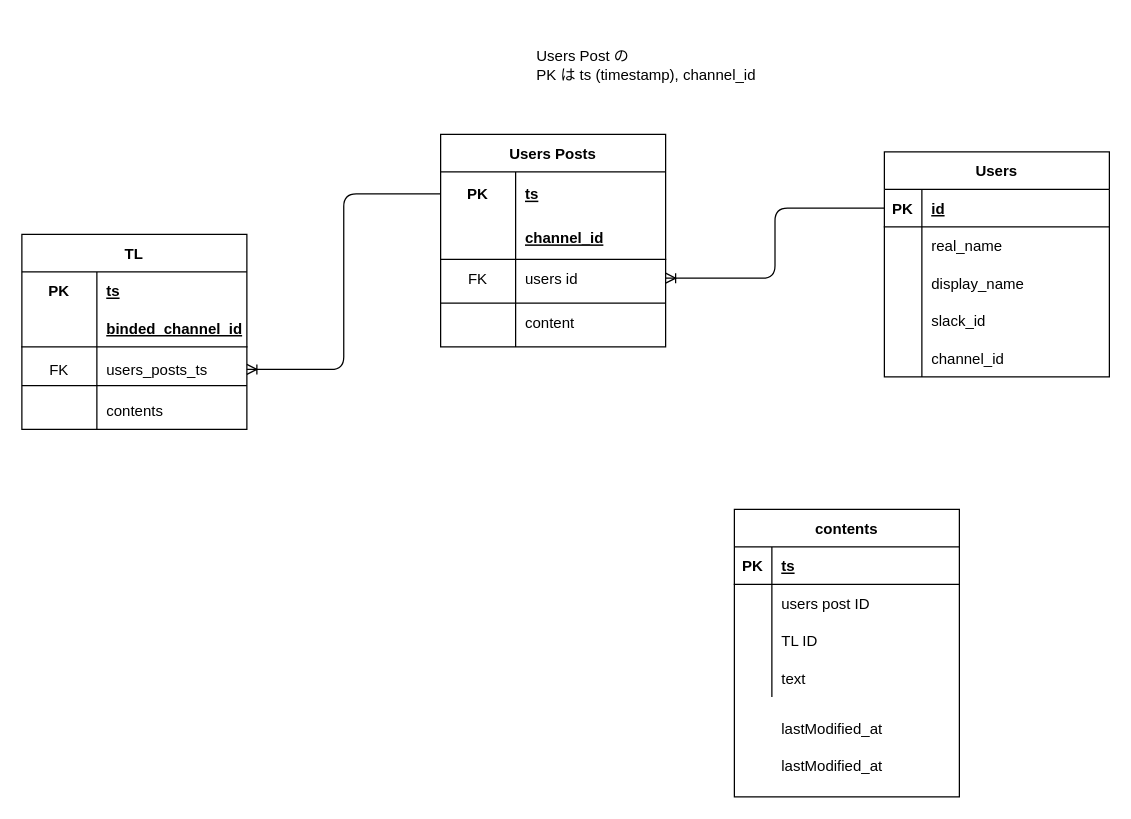
Above: docs/db/er.drawio in 75asa/time-liner (draw.io), before the change. Source tidied: cells renumbered, new cells numbered last; positions are measured from the earlier drawing's top-left corner, leaving out a move shared by most shapes. Both pictures are drawn from the tidied source at 125%, with x=0, y=0 at pixel (21, 21).
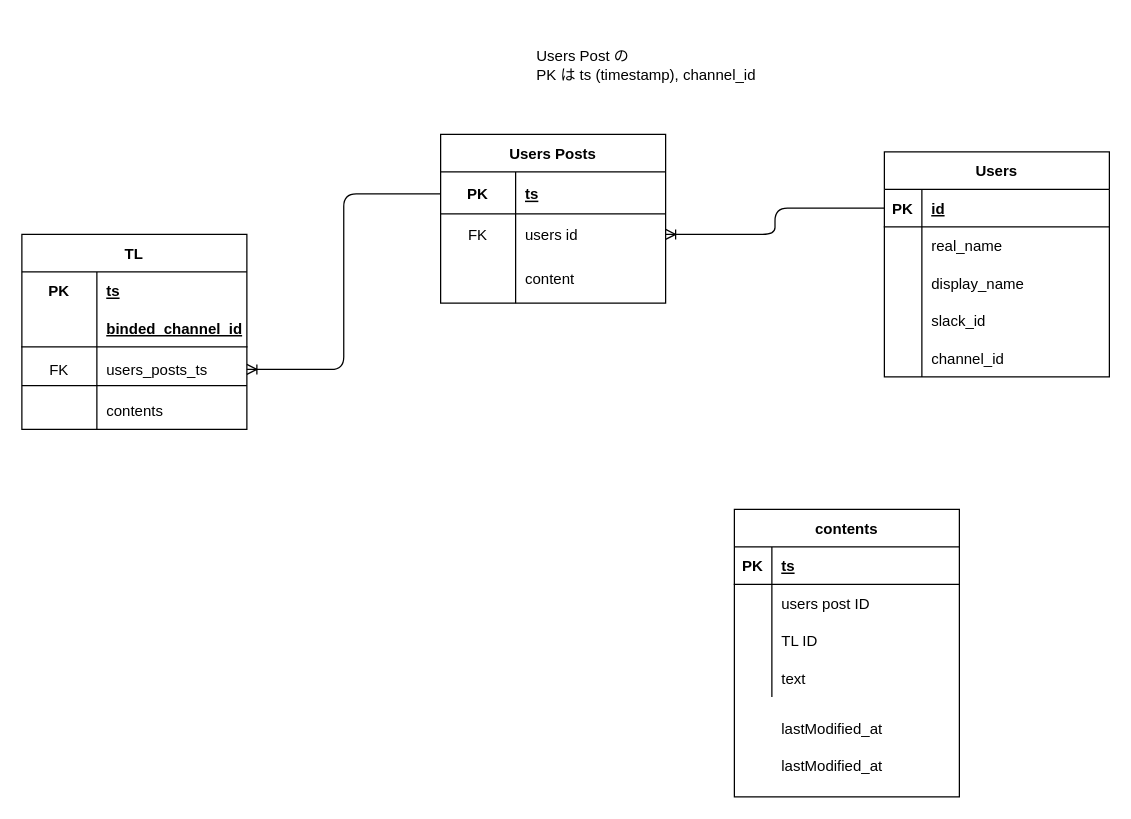
After the change.

What changed in the source:
```diff
@@
     <mxCell id="18" style="group;" parent="1" vertex="1">
-      <mxGeometry x="335" y="90" width="180" height="170" as="geometry" />
+      <mxGeometry x="335" y="90" width="180" height="80" as="geometry" />
     </mxCell>
     <mxCell id="19" style="group;" parent="18" vertex="1">
-      <mxGeometry width="180" height="170" as="geometry" />
+      <mxGeometry width="180" height="80" as="geometry" />
     </mxCell>
     <mxCell id="20" value="Users Posts" style="shape=table;startSize=30;childLayout=tableLayout;rowLines=0;fontStyle=1;align=center;" parent="19" vertex="1">
-      <mxGeometry width="180" height="170" as="geometry" />
+      <mxGeometry width="180" height="135" as="geometry" />
     </mxCell>
@@
-    <mxCell id="24" style="shape=partialRectangle;fillColor=none;top=0;left=0;bottom=1;right=0;" parent="20" vertex="1">
-      <mxGeometry y="65" width="180" height="35" as="geometry" />
-    </mxCell>
-    <mxCell id="25" style="shape=partialRectangle;fillColor=none;top=0;left=0;bottom=0;right=0;fontStyle=1;overflow=hidden;" parent="24" vertex="1">
-      <mxGeometry width="60" height="35" as="geometry" />
-    </mxCell>
-    <mxCell id="26" value="channel_id" style="shape=partialRectangle;fillColor=none;top=0;left=0;bottom=0;right=0;align=left;spacingLeft=6;fontStyle=5;overflow=hidden;" parent="24" vertex="1">
-      <mxGeometry x="60" width="120" height="35" as="geometry" />
-    </mxCell>
     <mxCell id="27" style="shape=partialRectangle;fillColor=none;top=0;left=0;bottom=0;right=0;points=[[0,0.5],[1,0.5]];portConstraint=eastwest;" parent="20" vertex="1">
-      <mxGeometry y="100" width="180" height="30" as="geometry" />
+      <mxGeometry y="65" width="180" height="30" as="geometry" />
     </mxCell>
@@
     <mxCell id="30" style="shape=partialRectangle;fillColor=none;top=0;left=0;bottom=0;right=0;" parent="20" vertex="1">
-      <mxGeometry y="130" width="180" height="40" as="geometry" />
+      <mxGeometry y="95" width="180" height="40" as="geometry" />
     </mxCell>
@@
     <mxCell id="33" style="line;strokeWidth=1;dashed=0;labelPosition=right;align=left;verticalAlign=middle;spacingTop=0;spacingLeft=6;" parent="19" vertex="1">
-      <mxGeometry y="130" width="180" height="10" as="geometry" />
+      <mxGeometry y="61.2" width="180" height="4.7" as="geometry" />
     </mxCell>
```
